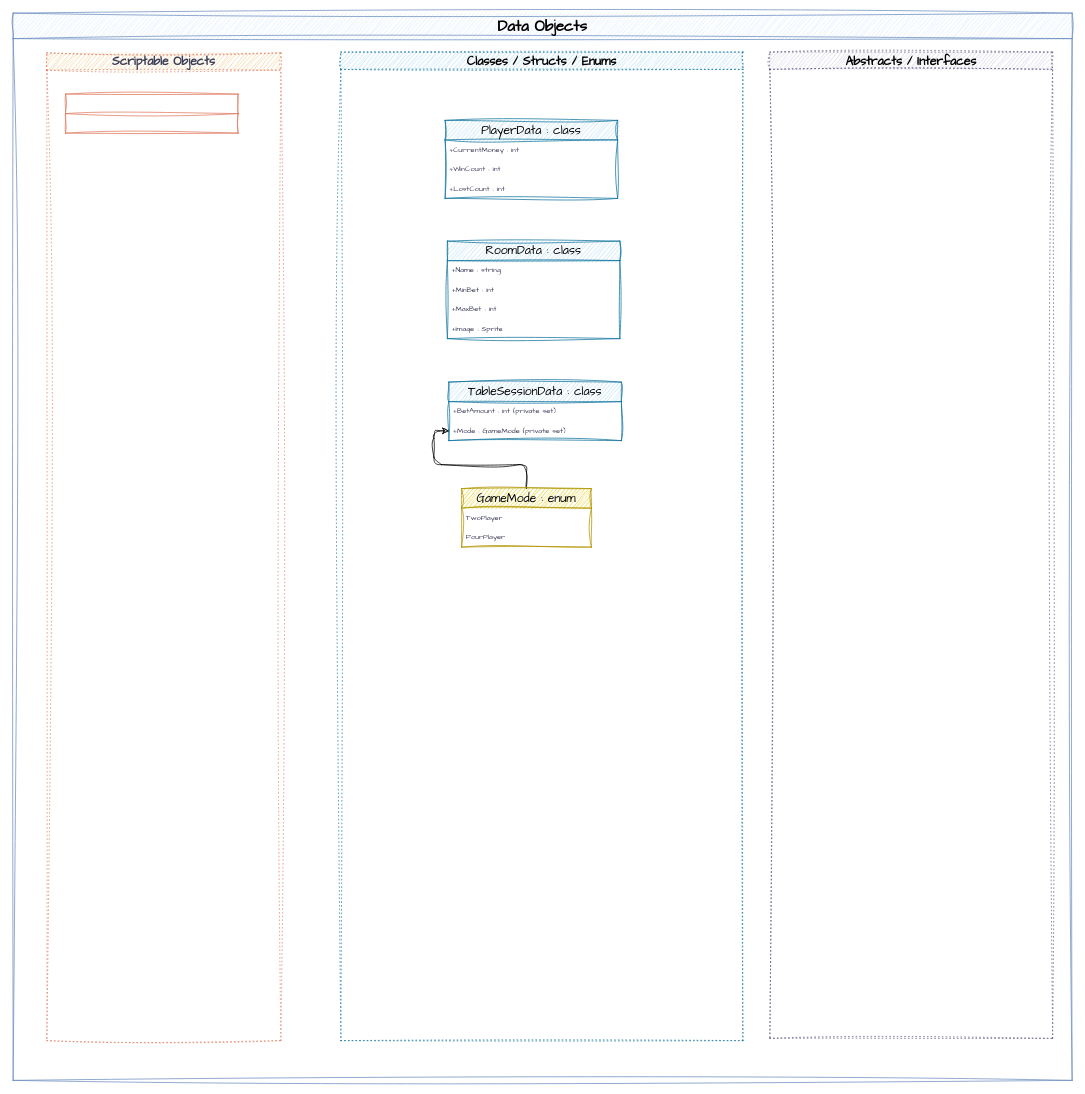
Above: PistiGame_Sketch.drawio in emrullah-cengiz/PistiGame_2D (draw.io), before the change. Source tidied: cells renumbered, new cells numbered last; positions are measured from the earlier drawing's top-left corner, leaving out a move shared by most shapes. Both pictures are drawn from the tidied source at 75%, with x=0, y=0 at pixel (13, 13).
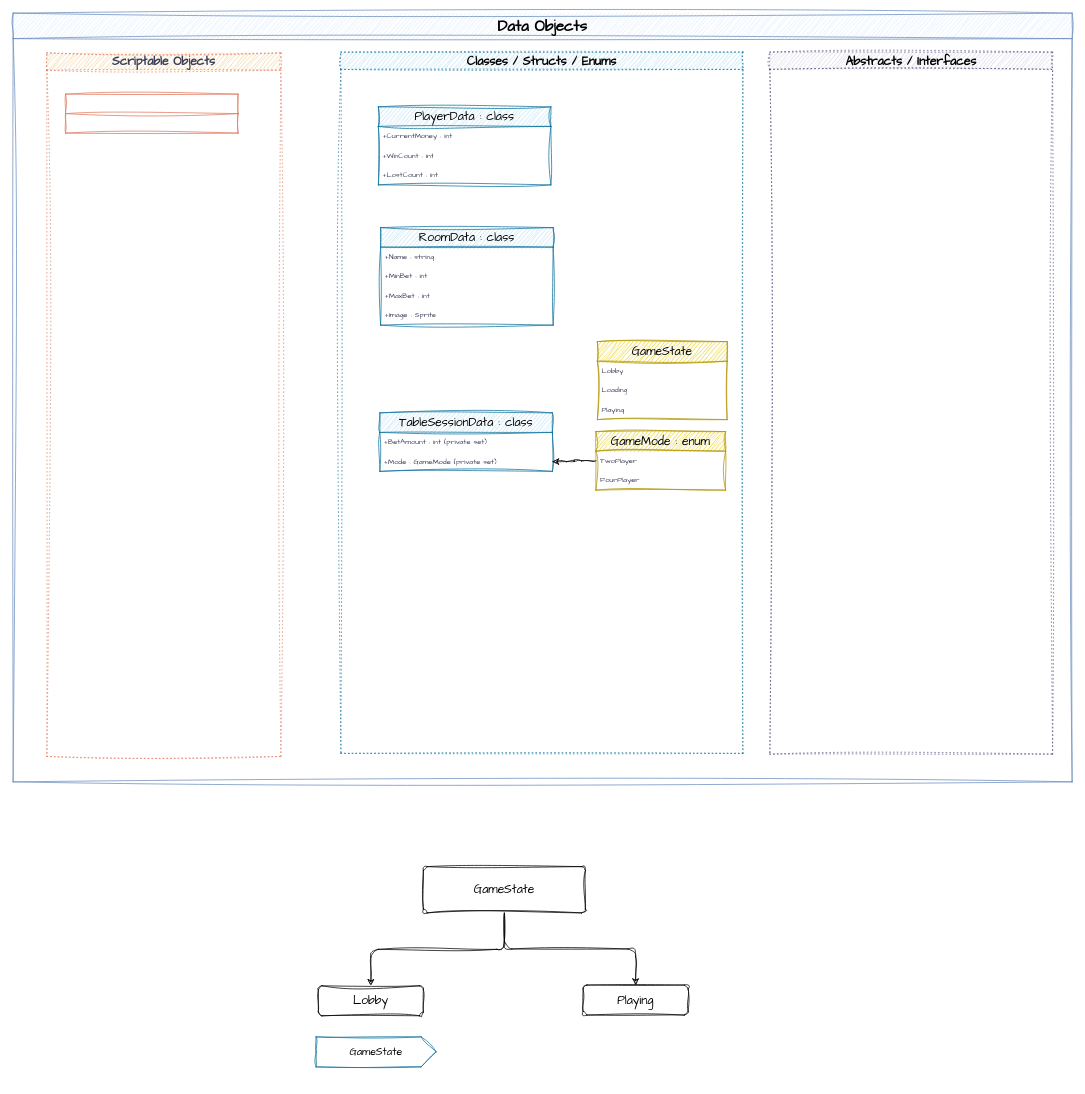
After the change.

Unchanged cells that the change refers to:
```xml
<mxCell id="8" value="+WinCount : int" style="text;strokeColor=none;fillColor=none;align=left;verticalAlign=top;spacingLeft=4;spacingRight=4;overflow=hidden;points=[[0,0.5],[1,0.5]];portConstraint=eastwest;whiteSpace=wrap;html=1;fontSize=10;fontFamily=Architects Daughter;labelBackgroundColor=none;fontColor=#393C56;sketch=1;curveFitting=1;jiggle=2;" parent="6" vertex="1">
  <mxGeometry y="52" width="230" height="26" as="geometry" />
</mxCell>
<mxCell id="18" value="+Mode : GameMode (private set)" style="text;strokeColor=none;fillColor=none;align=left;verticalAlign=top;spacingLeft=4;spacingRight=4;overflow=hidden;points=[[0,0.5],[1,0.5]];portConstraint=eastwest;whiteSpace=wrap;html=1;fontSize=10;fontFamily=Architects Daughter;labelBackgroundColor=none;fontColor=#393C56;sketch=1;curveFitting=1;jiggle=2;" parent="16" vertex="1">
  <mxGeometry y="52" width="230" height="26" as="geometry" />
</mxCell>
```

The edit, as a diff of the source:
```diff
@@
     <mxCell id="2" value="Data Objects" style="swimlane;whiteSpace=wrap;html=1;sketch=1;hachureGap=4;jiggle=2;curveFitting=1;strokeColor=#6c8ebf;fontFamily=Architects Daughter;fontSize=20;fillColor=#dae8fc;startSize=34;" parent="1" vertex="1">
-      <mxGeometry width="1412" height="1423" as="geometry" />
+      <mxGeometry width="1412" height="1025" as="geometry" />
     </mxCell>
     <mxCell id="3" value="Scriptable Objects" style="swimlane;whiteSpace=wrap;html=1;sketch=1;hachureGap=4;jiggle=2;curveFitting=1;strokeColor=#E07A5F;fontFamily=Architects Daughter;fontSize=16;fontColor=#393C56;fillColor=#F2CC8F;labelBackgroundColor=none;dashed=1;dashPattern=1 4;" parent="2" vertex="1">
-      <mxGeometry x="45" y="53" width="312" height="1317" as="geometry" />
+      <mxGeometry x="45" y="53" width="312" height="938" as="geometry" />
     </mxCell>
@@
+    <mxCell id="23" value="Abstracts / Interfaces" style="swimlane;whiteSpace=wrap;html=1;sketch=1;hachureGap=4;jiggle=2;curveFitting=1;fontFamily=Architects Daughter;fontSize=16;fillColor=#d0cee2;labelBackgroundColor=none;dashed=1;dashPattern=1 4;strokeColor=#56517e;" parent="2" vertex="1">
+      <mxGeometry x="1009" y="52" width="377" height="936" as="geometry" />
+    </mxCell>
     <mxCell id="5" value="Classes / Structs / Enums" style="swimlane;whiteSpace=wrap;html=1;sketch=1;hachureGap=4;jiggle=2;curveFitting=1;strokeColor=#10739e;fontFamily=Architects Daughter;fontSize=16;fillColor=#b1ddf0;labelBackgroundColor=none;dashed=1;dashPattern=1 4;" parent="2" vertex="1">
-      <mxGeometry x="437" y="52" width="536" height="1318" as="geometry" />
+      <mxGeometry x="437" y="52" width="536" height="935" as="geometry" />
     </mxCell>
+    <mxCell id="24" value="GameState" style="swimlane;fontStyle=0;horizontal=1;startSize=26;whiteSpace=wrap;html=1;sketch=1;hachureGap=4;jiggle=2;curveFitting=1;fontFamily=Architects Daughter;fontSize=16;labelBackgroundColor=none;fillColor=#e3c800;fontColor=#000000;strokeColor=#B09500;" parent="5" vertex="1">
+      <mxGeometry x="342" y="386" width="173" height="104" as="geometry" />
+    </mxCell>
+    <mxCell id="25" value="Lobby" style="text;strokeColor=none;fillColor=none;align=left;verticalAlign=top;spacingLeft=4;spacingRight=4;overflow=hidden;whiteSpace=wrap;html=1;fontSize=10;fontFamily=Architects Daughter;labelBackgroundColor=none;fontColor=#393C56;sketch=1;curveFitting=1;jiggle=2;" parent="24" vertex="1">
+      <mxGeometry y="26" width="173" height="26" as="geometry" />
+    </mxCell>
+    <mxCell id="26" value="Loading" style="text;strokeColor=none;fillColor=none;align=left;verticalAlign=top;spacingLeft=4;spacingRight=4;overflow=hidden;whiteSpace=wrap;html=1;fontSize=10;fontFamily=Architects Daughter;labelBackgroundColor=none;fontColor=#393C56;sketch=1;curveFitting=1;jiggle=2;" parent="24" vertex="1">
+      <mxGeometry y="52" width="173" height="26" as="geometry" />
+    </mxCell>
+    <mxCell id="27" value="Playing" style="text;strokeColor=none;fillColor=none;align=left;verticalAlign=top;spacingLeft=4;spacingRight=4;overflow=hidden;whiteSpace=wrap;html=1;fontSize=10;fontFamily=Architects Daughter;labelBackgroundColor=none;fontColor=#393C56;sketch=1;curveFitting=1;jiggle=2;" parent="24" vertex="1">
+      <mxGeometry y="78" width="173" height="26" as="geometry" />
+    </mxCell>
-    <mxCell id="6" value="PlayerData : class" style="swimlane;fontStyle=0;horizontal=1;startSize=26;whiteSpace=wrap;html=1;sketch=1;hachureGap=4;jiggle=2;curveFitting=1;fontFamily=Architects Daughter;fontSize=16;labelBackgroundColor=none;fillColor=#b1ddf0;strokeColor=#10739e;" parent="5" vertex="1">
-      <mxGeometry x="139" y="91" width="230" height="104" as="geometry" />
+    <mxCell id="6" value="PlayerData : class" style="swimlane;fontStyle=0;horizontal=1;startSize=26;whiteSpace=wrap;html=1;sketch=1;hachureGap=4;jiggle=2;curveFitting=1;fontFamily=Architects Daughter;fontSize=16;labelBackgroundColor=none;fillColor=#b1ddf0;strokeColor=#10739e;" parent="2" vertex="1">
+      <mxGeometry x="487" y="125" width="230" height="104" as="geometry" />
     </mxCell>
@@
-    <mxCell id="10" style="edgeStyle=orthogonalEdgeStyle;rounded=0;sketch=1;hachureGap=4;jiggle=2;curveFitting=1;jettySize=auto;html=1;exitX=1;exitY=0.5;exitDx=0;exitDy=0;fontFamily=Architects Daughter;fontSize=16;entryX=0.522;entryY=-0.023;entryDx=0;entryDy=0;entryPerimeter=0;labelBackgroundColor=none;strokeColor=none;fontColor=default;" parent="5" edge="1" source="8">
+    <mxCell id="10" style="edgeStyle=orthogonalEdgeStyle;rounded=0;sketch=1;hachureGap=4;jiggle=2;curveFitting=1;jettySize=auto;html=1;exitX=1;exitY=0.5;exitDx=0;exitDy=0;fontFamily=Architects Daughter;fontSize=16;entryX=0.522;entryY=-0.023;entryDx=0;entryDy=0;entryPerimeter=0;labelBackgroundColor=none;strokeColor=none;fontColor=default;" parent="2" edge="1" source="8">
       <mxGeometry relative="1" as="geometry">
-        <mxPoint x="164.1" y="292.8" as="targetPoint" />
+        <mxPoint x="512.1" y="326.8" as="targetPoint" />
       </mxGeometry>
     </mxCell>
-    <mxCell id="11" value="RoomData&amp;nbsp;: class" style="swimlane;fontStyle=0;horizontal=1;startSize=26;whiteSpace=wrap;html=1;sketch=1;hachureGap=4;jiggle=2;curveFitting=1;fontFamily=Architects Daughter;fontSize=16;labelBackgroundColor=none;fillColor=#b1ddf0;strokeColor=#10739e;" parent="5" vertex="1">
-      <mxGeometry x="142" y="252" width="230" height="130" as="geometry" />
+    <mxCell id="11" value="RoomData&amp;nbsp;: class" style="swimlane;fontStyle=0;horizontal=1;startSize=26;whiteSpace=wrap;html=1;sketch=1;hachureGap=4;jiggle=2;curveFitting=1;fontFamily=Architects Daughter;fontSize=16;labelBackgroundColor=none;fillColor=#b1ddf0;strokeColor=#10739e;" parent="2" vertex="1">
+      <mxGeometry x="490" y="286" width="230" height="130" as="geometry" />
     </mxCell>
@@
-    <mxCell id="16" value="TableSessionData&amp;nbsp;: class" style="swimlane;fontStyle=0;horizontal=1;startSize=26;whiteSpace=wrap;html=1;sketch=1;hachureGap=4;jiggle=2;curveFitting=1;fontFamily=Architects Daughter;fontSize=16;labelBackgroundColor=none;fillColor=#b1ddf0;strokeColor=#10739e;" parent="5" vertex="1">
-      <mxGeometry x="144" y="440" width="230" height="78" as="geometry" />
+    <mxCell id="16" value="TableSessionData&amp;nbsp;: class" style="swimlane;fontStyle=0;horizontal=1;startSize=26;whiteSpace=wrap;html=1;sketch=1;hachureGap=4;jiggle=2;curveFitting=1;fontFamily=Architects Daughter;fontSize=16;labelBackgroundColor=none;fillColor=#b1ddf0;strokeColor=#10739e;" parent="2" vertex="1">
+      <mxGeometry x="489" y="533" width="230" height="78" as="geometry" />
     </mxCell>
@@
-    <mxCell id="19" style="edgeStyle=orthogonalEdgeStyle;rounded=1;jettySize=auto;html=1;curved=0;sketch=1;curveFitting=1;jiggle=2;" parent="5" edge="1" source="20" target="18">
+    <mxCell id="19" style="edgeStyle=orthogonalEdgeStyle;rounded=1;jettySize=auto;html=1;curved=0;sketch=1;curveFitting=1;jiggle=2;" parent="2" edge="1" source="20" target="18">
       <mxGeometry relative="1" as="geometry" />
     </mxCell>
-    <mxCell id="20" value="GameMode : enum" style="swimlane;fontStyle=0;horizontal=1;startSize=26;whiteSpace=wrap;html=1;sketch=1;hachureGap=4;jiggle=2;curveFitting=1;fontFamily=Architects Daughter;fontSize=16;labelBackgroundColor=none;fillColor=#e3c800;fontColor=#000000;strokeColor=#B09500;" parent="5" vertex="1">
-      <mxGeometry x="161" y="582" width="173" height="78" as="geometry" />
+    <mxCell id="20" value="GameMode : enum" style="swimlane;fontStyle=0;horizontal=1;startSize=26;whiteSpace=wrap;html=1;sketch=1;hachureGap=4;jiggle=2;curveFitting=1;fontFamily=Architects Daughter;fontSize=16;labelBackgroundColor=none;fillColor=#e3c800;fontColor=#000000;strokeColor=#B09500;" parent="2" vertex="1">
+      <mxGeometry x="777" y="558" width="173" height="78" as="geometry" />
     </mxCell>
@@
-    <mxCell id="23" value="Abstracts / Interfaces" style="swimlane;whiteSpace=wrap;html=1;sketch=1;hachureGap=4;jiggle=2;curveFitting=1;fontFamily=Architects Daughter;fontSize=16;fillColor=#d0cee2;labelBackgroundColor=none;dashed=1;dashPattern=1 4;strokeColor=#56517e;" parent="2" vertex="1">
-      <mxGeometry x="1009" y="52" width="377" height="1315" as="geometry" />
-    </mxCell>
+    <mxCell id="28" style="edgeStyle=orthogonalEdgeStyle;shape=connector;curved=0;rounded=1;sketch=1;jiggle=2;curveFitting=1;jettySize=auto;html=1;exitX=0.5;exitY=1;exitDx=0;exitDy=0;strokeColor=default;align=center;verticalAlign=middle;fontFamily=Architects Daughter;fontSize=16;fontColor=default;fontStyle=0;labelBackgroundColor=none;endArrow=classic;entryX=0.5;entryY=0;entryDx=0;entryDy=0;" parent="1" edge="1" source="30" target="31">
+      <mxGeometry relative="1" as="geometry" />
+    </mxCell>
+    <mxCell id="29" style="edgeStyle=orthogonalEdgeStyle;shape=connector;curved=0;rounded=1;sketch=1;jiggle=2;curveFitting=1;jettySize=auto;html=1;exitX=0.5;exitY=1;exitDx=0;exitDy=0;entryX=0.5;entryY=0;entryDx=0;entryDy=0;strokeColor=default;align=center;verticalAlign=middle;fontFamily=Architects Daughter;fontSize=16;fontColor=default;fontStyle=0;labelBackgroundColor=none;endArrow=classic;" parent="1" edge="1" source="30" target="32">
+      <mxGeometry relative="1" as="geometry" />
+    </mxCell>
+    <mxCell id="30" value="GameState" style="html=1;align=center;verticalAlign=middle;rounded=1;absoluteArcSize=1;arcSize=10;dashed=0;whiteSpace=wrap;fontFamily=Architects Daughter;fontSize=16;labelBackgroundColor=none;sketch=1;curveFitting=1;jiggle=2;hachureGap=4;fontStyle=0;" parent="1" vertex="1">
+      <mxGeometry x="547" y="1138" width="216" height="61.7" as="geometry" />
+    </mxCell>
+    <mxCell id="31" value="Lobby" style="html=1;align=center;verticalAlign=middle;rounded=1;absoluteArcSize=1;arcSize=10;dashed=0;whiteSpace=wrap;fontFamily=Architects Daughter;fontSize=16;labelBackgroundColor=none;sketch=1;curveFitting=1;jiggle=2;hachureGap=4;fontStyle=0;" parent="1" vertex="1">
+      <mxGeometry x="407" y="1296.9" width="140" height="40" as="geometry" />
+    </mxCell>
+    <mxCell id="32" value="Playing" style="html=1;align=center;verticalAlign=middle;rounded=1;absoluteArcSize=1;arcSize=10;dashed=0;whiteSpace=wrap;fontFamily=Architects Daughter;fontSize=16;labelBackgroundColor=none;sketch=1;curveFitting=1;jiggle=2;hachureGap=4;fontStyle=0;" parent="1" vertex="1">
+      <mxGeometry x="760" y="1295.9" width="140" height="40" as="geometry" />
+    </mxCell>
+    <mxCell id="33" value="GameState" style="html=1;shape=mxgraph.infographic.ribbonSimple;notch1=0;notch2=20;align=center;verticalAlign=middle;fontSize=14;fontStyle=0;fillColor=#FFFFFF;whiteSpace=wrap;sketch=1;hachureGap=4;jiggle=2;curveFitting=1;strokeColor=#10739e;fontFamily=Architects Daughter;fontColor=default;labelBackgroundColor=none;" parent="1" vertex="1">
+      <mxGeometry x="404" y="1365" width="160" height="40" as="geometry" />
+    </mxCell>
```
